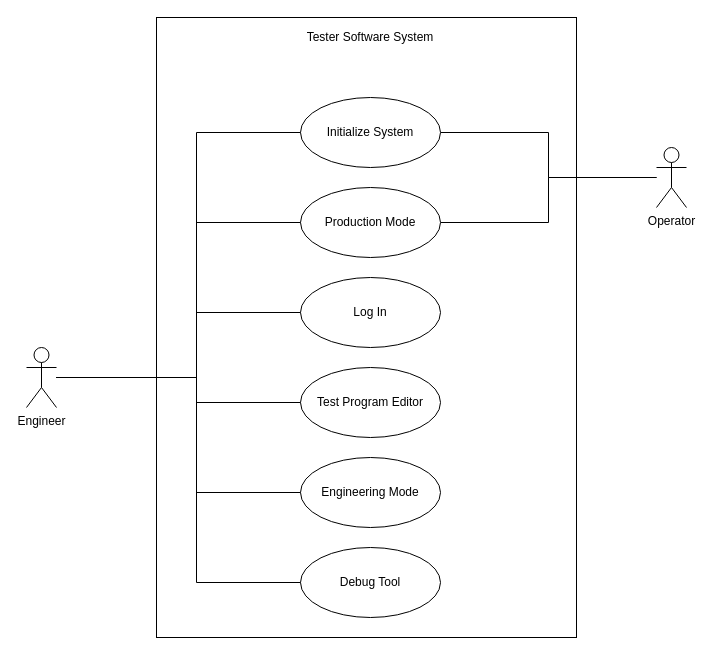
Earlier version of the draw.io diagram page "Tester Software System Use Case" (1 of 10) of SG9KG5/UI Design/Use Case.drawio (Jasson-Chou/Software-Projects). Source tidied: cells renumbered, new cells numbered last; positions are measured from the earlier drawing's top-left corner, leaving out a move shared by most shapes. Both pictures are drawn from the tidied source at 100%, with x=0, y=0 at pixel (26, 17).
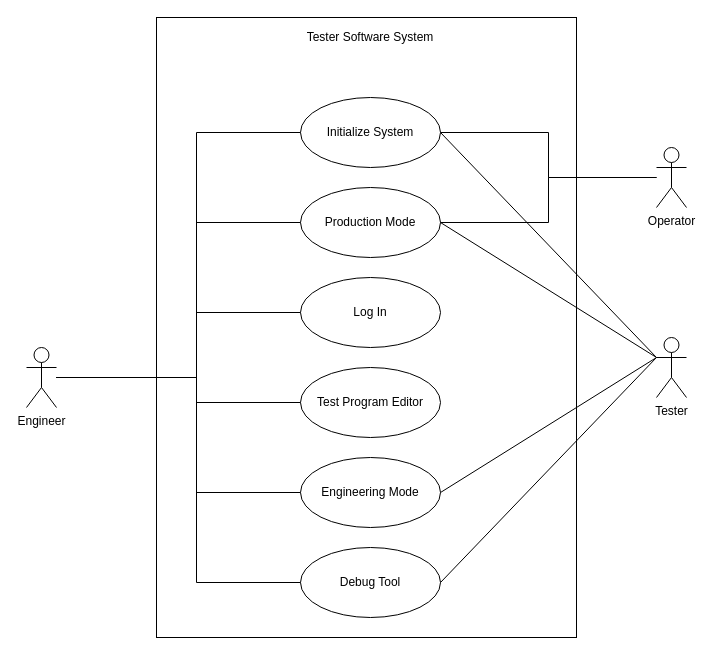
The same diagram, later.

Unchanged cells that the change refers to:
```xml
<mxCell id="7" value="Initialize System" style="ellipse;whiteSpace=wrap;html=1;" parent="1" vertex="1">
  <mxGeometry x="274" y="80" width="140" height="70" as="geometry" />
</mxCell>
<mxCell id="8" value="Production Mode" style="ellipse;whiteSpace=wrap;html=1;" parent="1" vertex="1">
  <mxGeometry x="274" y="170" width="140" height="70" as="geometry" />
</mxCell>
<mxCell id="10" value="Engineering Mode" style="ellipse;whiteSpace=wrap;html=1;" parent="1" vertex="1">
  <mxGeometry x="274" y="440" width="140" height="70" as="geometry" />
</mxCell>
<mxCell id="12" value="Debug Tool" style="ellipse;whiteSpace=wrap;html=1;" parent="1" vertex="1">
  <mxGeometry x="274" y="530" width="140" height="70" as="geometry" />
</mxCell>
```

Change to the diagram source:
```diff
@@
+    <mxCell id="20" value="Tester" style="shape=umlActor;verticalLabelPosition=bottom;verticalAlign=top;html=1;" parent="1" vertex="1">
+      <mxGeometry x="630" y="320" width="30" height="60" as="geometry" />
+    </mxCell>
+    <mxCell id="21" style="endArrow=none;html=1;entryX=1;entryY=0.5;entryDx=0;entryDy=0;exitX=0;exitY=0.3333333333333333;exitDx=0;exitDy=0;exitPerimeter=0;" parent="1" edge="1" source="20" target="7">
+      <mxGeometry relative="1" as="geometry" />
+    </mxCell>
+    <mxCell id="22" style="endArrow=none;html=1;entryX=1;entryY=0.5;entryDx=0;entryDy=0;exitX=0;exitY=0.3333333333333333;exitDx=0;exitDy=0;exitPerimeter=0;" parent="1" edge="1" source="20" target="8">
+      <mxGeometry relative="1" as="geometry" />
+    </mxCell>
+    <mxCell id="23" style="endArrow=none;html=1;entryX=1;entryY=0.5;entryDx=0;entryDy=0;exitX=0;exitY=0.3333333333333333;exitDx=0;exitDy=0;exitPerimeter=0;" parent="1" edge="1" source="20" target="10">
+      <mxGeometry relative="1" as="geometry" />
+    </mxCell>
+    <mxCell id="24" style="endArrow=none;html=1;entryX=1;entryY=0.5;entryDx=0;entryDy=0;exitX=0;exitY=0.3333333333333333;exitDx=0;exitDy=0;exitPerimeter=0;" parent="1" edge="1" source="20" target="12">
+      <mxGeometry relative="1" as="geometry" />
+    </mxCell>
```
